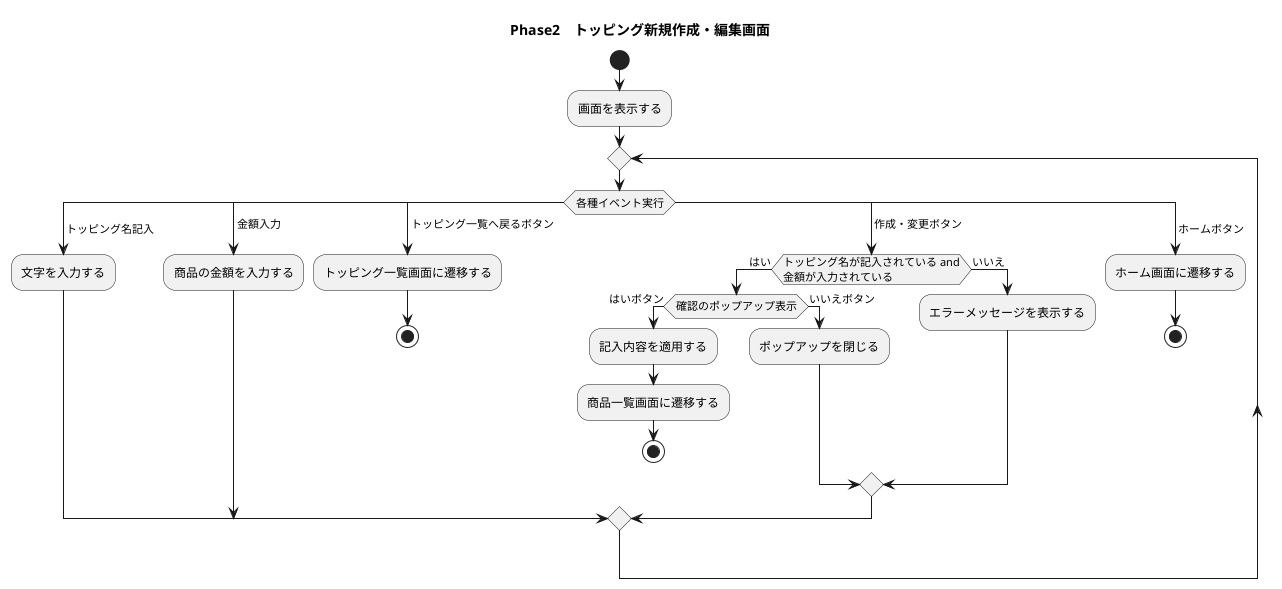
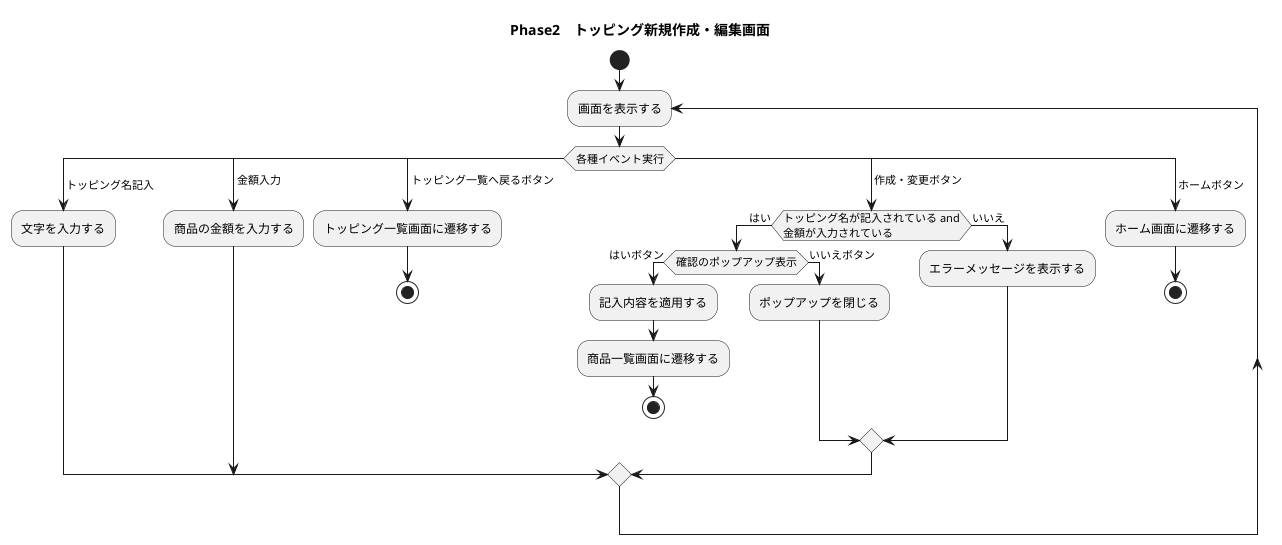
@startuml
title Phase2　トッピング新規作成・編集画面

start

- :画面を表示する;
- repeat
+ repeat:画面を表示する;

switch(各種イベント実行)

case( トッピング名記入)
:文字を入力する;

case( 金額入力)
:商品の金額を入力する;

case( トッピング一覧へ戻るボタン)
:トッピング一覧画面に遷移する;
stop

case( 作成・変更ボタン)
if (トッピング名が記入されている and\n金額が入力されている) then(はい)
if(確認のポップアップ表示) then (はいボタン)
:記入内容を適用する;
:商品一覧画面に遷移する;
stop
else(いいえボタン)
:ポップアップを閉じる;
endif
else(いいえ)
:エラーメッセージを表示する;
endif

case( ホームボタン)
:ホーム画面に遷移する;
stop
@enduml